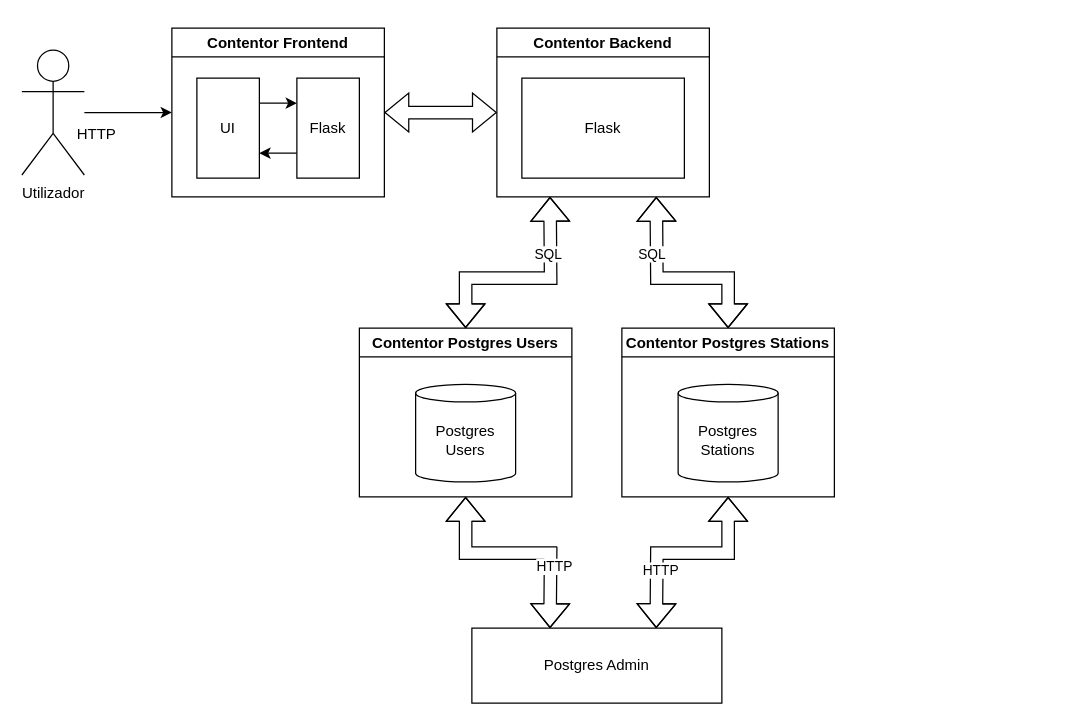
Above: Documentos/Diagramas/GeoSolar v2.drawio in pjgoliveira21/GeoSolar (draw.io), before the change. Source tidied: cells renumbered, new cells numbered last; positions are measured from the earlier drawing's top-left corner, leaving out a move shared by most shapes. Both pictures are drawn from the tidied source at 125%, with x=0, y=0 at pixel (21, 28).
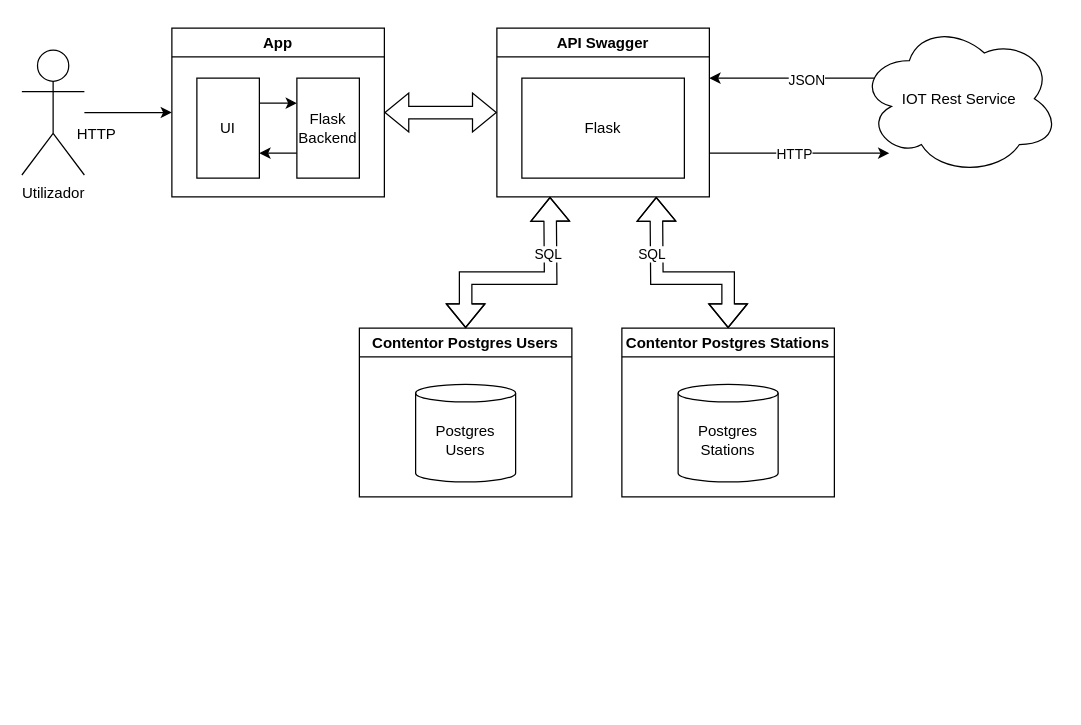
The same diagram, later.

Unchanged cells that the change refers to:
```xml
<mxCell id="13" value="Contentor Postgres Users" style="swimlane;whiteSpace=wrap;html=1;" parent="1" vertex="1">
  <mxGeometry x="270" y="240" width="170" height="135" as="geometry" />
</mxCell>
<mxCell id="15" value="Contentor Postgres Stations" style="swimlane;whiteSpace=wrap;html=1;" parent="1" vertex="1">
  <mxGeometry x="480" y="240" width="170" height="135" as="geometry" />
</mxCell>
```

Diff of the diagram source:
```diff
@@
-    <mxCell id="4" value="Contentor Frontend" style="swimlane;whiteSpace=wrap;html=1;" parent="1" vertex="1">
+    <mxCell id="4" value="App" style="swimlane;whiteSpace=wrap;html=1;" parent="1" vertex="1">
       <mxGeometry x="120" width="170" height="135" as="geometry" />
     </mxCell>
@@
-    <mxCell id="8" value="Flask" style="rounded=0;whiteSpace=wrap;html=1;" parent="4" vertex="1">
+    <mxCell id="8" value="Flask Backend" style="rounded=0;whiteSpace=wrap;html=1;" parent="4" vertex="1">
       <mxGeometry x="100" y="40" width="50" height="80" as="geometry" />
     </mxCell>
@@
+    <mxCell id="26" style="edgeStyle=orthogonalEdgeStyle;rounded=0;jettySize=auto;html=1;" parent="1" edge="1" source="10" target="30">
+      <mxGeometry relative="1" as="geometry">
+        <Array as="points">
+          <mxPoint x="650" y="100" />
+          <mxPoint x="650" y="100" />
+        </Array>
+      </mxGeometry>
+    </mxCell>
+    <mxCell id="27" value="HTTP" style="edgeLabel;html=1;align=center;verticalAlign=middle;" parent="26" vertex="1">
+      <mxGeometry x="0.24" relative="1" as="geometry">
+        <mxPoint x="-22" as="offset" />
+      </mxGeometry>
+    </mxCell>
-    <mxCell id="10" value="Contentor Backend" style="swimlane;whiteSpace=wrap;html=1;" parent="1" vertex="1">
+    <mxCell id="10" value="API Swagger" style="swimlane;whiteSpace=wrap;html=1;" parent="1" vertex="1">
       <mxGeometry x="380" width="170" height="135" as="geometry" />
     </mxCell>
@@
-    <mxCell id="21" style="shape=flexArrow;endArrow=classic;startArrow=classic;html=1;rounded=0;entryX=0.5;entryY=1;entryDx=0;entryDy=0;exitX=0.75;exitY=0;exitDx=0;exitDy=0;" parent="1" edge="1" target="15">
-      <mxGeometry relative="1" as="geometry">
-        <mxPoint x="507.5" y="480" as="sourcePoint" />
-        <Array as="points">
-          <mxPoint x="508" y="420" />
-          <mxPoint x="565" y="420" />
-        </Array>
-      </mxGeometry>
-    </mxCell>
-    <mxCell id="22" value="HTTP" style="edgeLabel;html=1;align=center;verticalAlign=middle;" parent="21" vertex="1">
-      <mxGeometry x="-0.42" y="-3" relative="1" as="geometry" />
-    </mxCell>
-    <mxCell id="23" style="shape=flexArrow;endArrow=classic;startArrow=classic;html=1;rounded=0;entryX=0.5;entryY=1;entryDx=0;entryDy=0;exitX=0.25;exitY=0;exitDx=0;exitDy=0;" parent="1" edge="1" target="13">
-      <mxGeometry relative="1" as="geometry">
-        <mxPoint x="422.5" y="480" as="sourcePoint" />
-        <Array as="points">
-          <mxPoint x="423" y="420" />
-          <mxPoint x="355" y="420" />
-        </Array>
-      </mxGeometry>
-    </mxCell>
-    <mxCell id="24" value="HTTP" style="edgeLabel;html=1;align=center;verticalAlign=middle;" parent="23" vertex="1">
-      <mxGeometry x="-0.42" y="-3" relative="1" as="geometry" />
-    </mxCell>
-    <mxCell id="25" value="Postgres Admin" style="rounded=0;whiteSpace=wrap;html=1;" parent="1" vertex="1">
-      <mxGeometry x="360" y="480" width="200" height="60" as="geometry" />
-    </mxCell>
+    <mxCell id="28" style="edgeStyle=orthogonalEdgeStyle;rounded=0;jettySize=auto;html=1;exitX=0.25;exitY=0.25;exitDx=0;exitDy=0;exitPerimeter=0;" parent="1" edge="1" source="30">
+      <mxGeometry relative="1" as="geometry">
+        <mxPoint x="550" y="40" as="targetPoint" />
+        <Array as="points">
+          <mxPoint x="710" y="40" />
+        </Array>
+      </mxGeometry>
+    </mxCell>
+    <mxCell id="29" value="JSON" style="edgeLabel;html=1;align=center;verticalAlign=middle;" parent="28" vertex="1">
+      <mxGeometry x="0.11" y="1" relative="1" as="geometry" />
+    </mxCell>
+    <mxCell id="30" value="IOT Rest Service" style="ellipse;shape=cloud;whiteSpace=wrap;html=1;" parent="1" vertex="1">
+      <mxGeometry x="670" y="-4.5" width="160" height="122" as="geometry" />
+    </mxCell>
```
